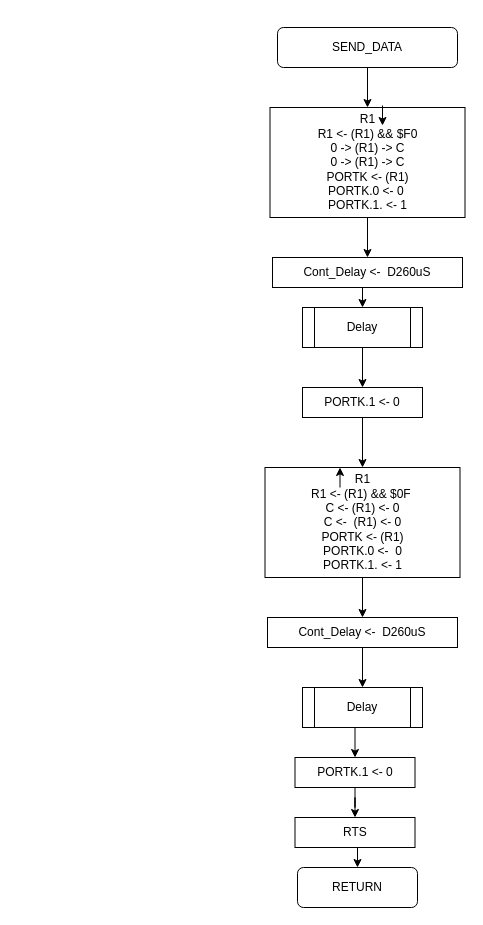
This is 8_runmeter623/diagrams/3-send_data.drawio from brown9804/Dragon12_MC9S12DP256, a draw.io file, before an edit. Source tidied: cells renumbered, new cells numbered last; positions are measured from the earlier drawing's top-left corner, leaving out a move shared by most shapes. Both pictures are drawn from the tidied source at 100%, with x=0, y=0 at pixel (265, 27).
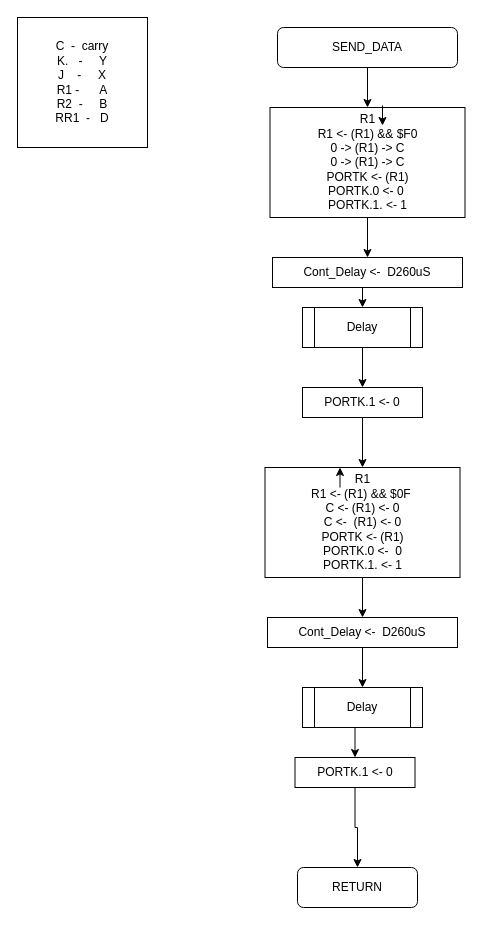
The same page after the edit.

The change refers to these unchanged cells:
```xml
<mxCell id="22" value="PORTK.1 &amp;lt;- 0" style="rounded=0;whiteSpace=wrap;html=1;" parent="1" vertex="1">
  <mxGeometry x="29.5" y="730" width="120" height="30" as="geometry" />
</mxCell>
<mxCell id="23" value="RETURN" style="rounded=1;whiteSpace=wrap;html=1;" parent="1" vertex="1">
  <mxGeometry x="32" y="840" width="120" height="40" as="geometry" />
</mxCell>
```

What changed in the source:
```diff
@@
-    <mxCell id="21" style="edgeStyle=orthogonalEdgeStyle;rounded=0;jettySize=auto;html=1;exitX=0.5;exitY=1;exitDx=0;exitDy=0;" parent="1" edge="1" source="22" target="25">
-      <mxGeometry relative="1" as="geometry" />
-    </mxCell>
+    <mxCell id="26" style="edgeStyle=orthogonalEdgeStyle;rounded=0;jettySize=auto;html=1;exitX=0.5;exitY=1;exitDx=0;exitDy=0;" parent="1" edge="1" source="22" target="23">
+      <mxGeometry relative="1" as="geometry" />
+    </mxCell>
@@
-    <mxCell id="24" style="edgeStyle=orthogonalEdgeStyle;rounded=0;jettySize=auto;html=1;exitX=0.5;exitY=1;exitDx=0;exitDy=0;entryX=0.5;entryY=0;entryDx=0;entryDy=0;" parent="1" edge="1" source="25" target="23">
-      <mxGeometry relative="1" as="geometry" />
-    </mxCell>
-    <mxCell id="25" value="RTS" style="rounded=0;whiteSpace=wrap;html=1;" parent="1" vertex="1">
-      <mxGeometry x="29.5" y="790" width="120" height="30" as="geometry" />
-    </mxCell>
+    <mxCell id="27" value="C &amp;nbsp;- &amp;nbsp;carry&lt;br&gt;K. &amp;nbsp; - &amp;nbsp; &amp;nbsp; Y&lt;br&gt;J &amp;nbsp; &amp;nbsp;- &amp;nbsp; &amp;nbsp; X&lt;br&gt;R1 - &amp;nbsp; &amp;nbsp; &amp;nbsp;A&lt;br&gt;R2 &amp;nbsp;- &amp;nbsp; &amp;nbsp; B&lt;br&gt;RR1 &amp;nbsp;- &amp;nbsp; D" style="whiteSpace=wrap;html=1;" parent="1" vertex="1">
+      <mxGeometry x="-248" y="-10" width="130" height="130" as="geometry" />
+    </mxCell>
```
